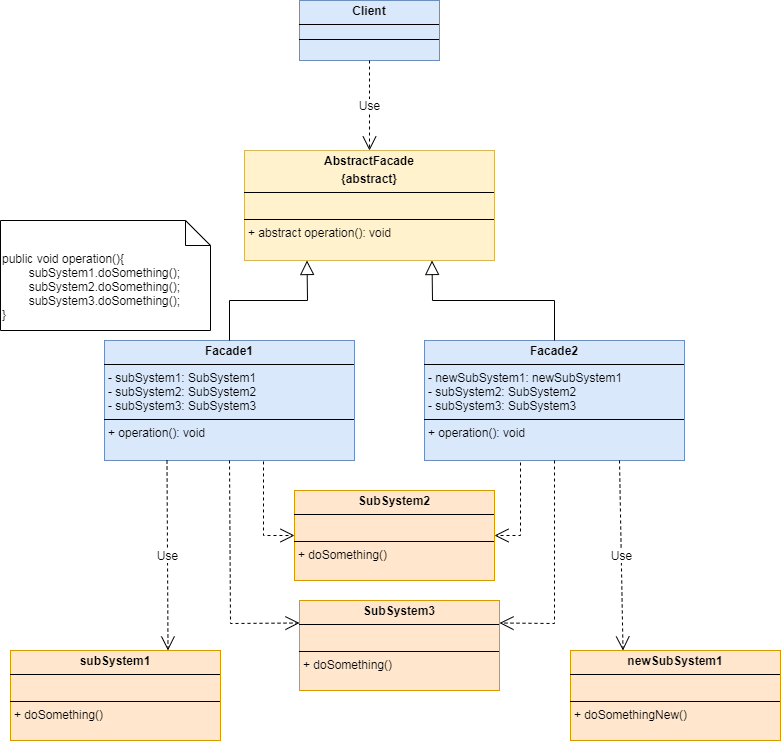
Before: assets/pictures/design-patterns/Pattern-Facade.drawio.png, a diagram exported from draw.io (sustamp/sustamp.github.io). Source tidied: cells renumbered, new cells last; positions are measured from the earlier drawing's top-left corner, leaving out a move shared by most shapes. Its diagram source:
```xml
<mxGraphModel background="#FFFFFF">
  <root>
    <mxCell id="0" />
    <mxCell id="1" parent="0" />
    <mxCell id="2" value="&lt;p style=&quot;margin:0px;margin-top:4px;text-align:center;&quot;&gt;&lt;b&gt;AbstractFacade&lt;/b&gt;&lt;/p&gt;&lt;p style=&quot;margin:0px;margin-top:4px;text-align:center;&quot;&gt;&lt;b&gt;{abstract}&lt;/b&gt;&lt;/p&gt;&lt;hr size=&quot;1&quot; style=&quot;border-style:solid;&quot;&gt;&lt;p style=&quot;margin:0px;margin-left:4px;&quot;&gt;&lt;br&gt;&lt;/p&gt;&lt;hr size=&quot;1&quot; style=&quot;border-style:solid;&quot;&gt;&lt;p style=&quot;margin:0px;margin-left:4px;&quot;&gt;+ abstract operation(): void&lt;br&gt;&lt;br&gt;&lt;/p&gt;" style="verticalAlign=top;align=left;overflow=fill;html=1;whiteSpace=wrap;fillColor=#fff2cc;strokeColor=#d6b656;" parent="1" vertex="1">
      <mxGeometry x="244" y="150" width="250" height="110" as="geometry" />
    </mxCell>
    <mxCell id="3" value="&lt;p style=&quot;margin:0px;margin-top:4px;text-align:center;&quot;&gt;&lt;b&gt;Client&lt;/b&gt;&lt;/p&gt;&lt;hr size=&quot;1&quot; style=&quot;border-style:solid;&quot;&gt;&lt;div style=&quot;height:2px;&quot;&gt;&lt;/div&gt;&lt;hr size=&quot;1&quot; style=&quot;border-style:solid;&quot;&gt;&lt;div style=&quot;height:2px;&quot;&gt;&lt;/div&gt;" style="verticalAlign=top;align=left;overflow=fill;html=1;whiteSpace=wrap;fillColor=#dae8fc;strokeColor=#6c8ebf;" parent="1" vertex="1">
      <mxGeometry x="299" width="140" height="60" as="geometry" />
    </mxCell>
    <mxCell id="4" value="Use" style="endArrow=open;endSize=12;dashed=1;html=1;rounded=0;exitX=0.5;exitY=1;exitDx=0;exitDy=0;entryX=0.5;entryY=0;entryDx=0;entryDy=0;" parent="1" edge="1" source="3" target="2">
      <mxGeometry relative="1" as="geometry" />
    </mxCell>
    <mxCell id="5" value="&lt;p style=&quot;margin:0px;margin-top:4px;text-align:center;&quot;&gt;&lt;b&gt;Facade1&lt;/b&gt;&lt;/p&gt;&lt;hr size=&quot;1&quot; style=&quot;border-style:solid;&quot;&gt;&lt;p style=&quot;margin:0px;margin-left:4px;&quot;&gt;- subSystem1: SubSystem1&lt;/p&gt;&lt;p style=&quot;margin:0px;margin-left:4px;&quot;&gt;- subSystem2: SubSystem2&lt;/p&gt;&lt;p style=&quot;margin:0px;margin-left:4px;&quot;&gt;- subSystem3: SubSystem3&lt;/p&gt;&lt;hr size=&quot;1&quot; style=&quot;border-style:solid;&quot;&gt;&lt;p style=&quot;margin:0px;margin-left:4px;&quot;&gt;+ operation(): void&lt;/p&gt;&lt;p style=&quot;margin:0px;margin-left:4px;&quot;&gt;&lt;br&gt;&lt;/p&gt;" style="verticalAlign=top;align=left;overflow=fill;html=1;whiteSpace=wrap;fillColor=#dae8fc;strokeColor=#6c8ebf;" parent="1" vertex="1">
      <mxGeometry x="104" y="340" width="250" height="120" as="geometry" />
    </mxCell>
    <mxCell id="6" value="&lt;p style=&quot;margin:0px;margin-top:4px;text-align:center;&quot;&gt;&lt;b&gt;Facade2&lt;/b&gt;&lt;/p&gt;&lt;hr size=&quot;1&quot; style=&quot;border-style:solid;&quot;&gt;&lt;p style=&quot;margin: 0px 0px 0px 4px;&quot;&gt;- newSubSystem1: newSubSystem1&lt;/p&gt;&lt;p style=&quot;margin: 0px 0px 0px 4px;&quot;&gt;- subSystem2: SubSystem2&lt;/p&gt;&lt;p style=&quot;margin: 0px 0px 0px 4px;&quot;&gt;- subSystem3: SubSystem3&lt;/p&gt;&lt;hr size=&quot;1&quot; style=&quot;border-style:solid;&quot;&gt;&lt;p style=&quot;margin:0px;margin-left:4px;&quot;&gt;+ operation(): void&lt;br&gt;&lt;/p&gt;&lt;p style=&quot;margin:0px;margin-left:4px;&quot;&gt;&lt;br&gt;&lt;/p&gt;&lt;p style=&quot;margin:0px;margin-left:4px;&quot;&gt;&lt;br&gt;&lt;/p&gt;" style="verticalAlign=top;align=left;overflow=fill;html=1;whiteSpace=wrap;fillColor=#dae8fc;strokeColor=#6c8ebf;" parent="1" vertex="1">
      <mxGeometry x="424" y="340" width="260" height="120" as="geometry" />
    </mxCell>
    <mxCell id="7" style="endArrow=block;endFill=0;endSize=12;html=1;rounded=0;entryX=0.25;entryY=1;entryDx=0;entryDy=0;exitX=0.5;exitY=0;exitDx=0;exitDy=0;" parent="1" edge="1" source="5" target="2">
      <mxGeometry relative="1" as="geometry">
        <Array as="points">
          <mxPoint x="229" y="300" />
          <mxPoint x="307" y="300" />
        </Array>
      </mxGeometry>
    </mxCell>
    <mxCell id="8" style="endArrow=block;endFill=0;endSize=12;html=1;rounded=0;entryX=0.75;entryY=1;entryDx=0;entryDy=0;exitX=0.5;exitY=0;exitDx=0;exitDy=0;" parent="1" edge="1" source="6" target="2">
      <mxGeometry relative="1" as="geometry">
        <Array as="points">
          <mxPoint x="554" y="300" />
          <mxPoint x="432" y="300" />
        </Array>
      </mxGeometry>
    </mxCell>
    <mxCell id="9" value="&lt;p style=&quot;margin:0px;margin-top:4px;text-align:center;&quot;&gt;&lt;b&gt;subSystem1&lt;/b&gt;&lt;/p&gt;&lt;hr size=&quot;1&quot; style=&quot;border-style:solid;&quot;&gt;&lt;p style=&quot;margin:0px;margin-left:4px;&quot;&gt;&lt;br&gt;&lt;/p&gt;&lt;hr size=&quot;1&quot; style=&quot;border-style:solid;&quot;&gt;&lt;p style=&quot;margin:0px;margin-left:4px;&quot;&gt;+ doSomething()&lt;/p&gt;&lt;p style=&quot;margin:0px;margin-left:4px;&quot;&gt;&lt;br&gt;&lt;/p&gt;&lt;p style=&quot;margin:0px;margin-left:4px;&quot;&gt;&lt;br&gt;&lt;/p&gt;" style="verticalAlign=top;align=left;overflow=fill;html=1;whiteSpace=wrap;fillColor=#ffe6cc;strokeColor=#d79b00;" parent="1" vertex="1">
      <mxGeometry x="10" y="650" width="210" height="90" as="geometry" />
    </mxCell>
    <mxCell id="10" value="&lt;p style=&quot;margin:0px;margin-top:4px;text-align:center;&quot;&gt;&lt;b&gt;SubSystem2&lt;/b&gt;&lt;/p&gt;&lt;hr size=&quot;1&quot; style=&quot;border-style:solid;&quot;&gt;&lt;p style=&quot;margin:0px;margin-left:4px;&quot;&gt;&lt;br&gt;&lt;/p&gt;&lt;hr size=&quot;1&quot; style=&quot;border-style:solid;&quot;&gt;&lt;p style=&quot;margin:0px;margin-left:4px;&quot;&gt;+ doSomething()&lt;/p&gt;&lt;p style=&quot;margin:0px;margin-left:4px;&quot;&gt;&lt;br&gt;&lt;/p&gt;&lt;p style=&quot;margin:0px;margin-left:4px;&quot;&gt;&lt;br&gt;&lt;/p&gt;" style="verticalAlign=top;align=left;overflow=fill;html=1;whiteSpace=wrap;fillColor=#ffe6cc;strokeColor=#d79b00;" parent="1" vertex="1">
      <mxGeometry x="294" y="490" width="200" height="90" as="geometry" />
    </mxCell>
    <mxCell id="11" value="&lt;p style=&quot;margin:0px;margin-top:4px;text-align:center;&quot;&gt;&lt;b&gt;newSubSystem1&lt;/b&gt;&lt;/p&gt;&lt;hr size=&quot;1&quot; style=&quot;border-style:solid;&quot;&gt;&lt;p style=&quot;margin:0px;margin-left:4px;&quot;&gt;&lt;br&gt;&lt;/p&gt;&lt;hr size=&quot;1&quot; style=&quot;border-style:solid;&quot;&gt;&lt;p style=&quot;margin:0px;margin-left:4px;&quot;&gt;+ doSomethingNew()&lt;/p&gt;&lt;p style=&quot;margin:0px;margin-left:4px;&quot;&gt;&lt;br&gt;&lt;/p&gt;&lt;p style=&quot;margin:0px;margin-left:4px;&quot;&gt;&lt;br&gt;&lt;/p&gt;" style="verticalAlign=top;align=left;overflow=fill;html=1;whiteSpace=wrap;fillColor=#ffe6cc;strokeColor=#d79b00;" parent="1" vertex="1">
      <mxGeometry x="570" y="650" width="210" height="90" as="geometry" />
    </mxCell>
    <mxCell id="12" value="&lt;p style=&quot;margin:0px;margin-top:4px;text-align:center;&quot;&gt;&lt;b&gt;SubSystem3&lt;/b&gt;&lt;/p&gt;&lt;hr size=&quot;1&quot; style=&quot;border-style:solid;&quot;&gt;&lt;p style=&quot;margin:0px;margin-left:4px;&quot;&gt;&lt;br&gt;&lt;/p&gt;&lt;hr size=&quot;1&quot; style=&quot;border-style:solid;&quot;&gt;&lt;p style=&quot;margin:0px;margin-left:4px;&quot;&gt;+ doSomething()&lt;br&gt;&lt;/p&gt;&lt;p style=&quot;margin:0px;margin-left:4px;&quot;&gt;&lt;br&gt;&lt;/p&gt;&lt;p style=&quot;margin:0px;margin-left:4px;&quot;&gt;&lt;br&gt;&lt;/p&gt;" style="verticalAlign=top;align=left;overflow=fill;html=1;whiteSpace=wrap;fillColor=#ffe6cc;strokeColor=#d79b00;" parent="1" vertex="1">
      <mxGeometry x="299" y="600" width="200" height="90" as="geometry" />
    </mxCell>
    <mxCell id="13" value="Use" style="endArrow=open;endSize=12;dashed=1;html=1;rounded=0;exitX=0.25;exitY=1;exitDx=0;exitDy=0;entryX=0.75;entryY=0;entryDx=0;entryDy=0;" parent="1" edge="1" source="5" target="9">
      <mxGeometry relative="1" as="geometry" />
    </mxCell>
    <mxCell id="14" value="Use" style="endArrow=open;endSize=12;dashed=1;html=1;rounded=0;exitX=0.75;exitY=1;exitDx=0;exitDy=0;entryX=0.25;entryY=0;entryDx=0;entryDy=0;" parent="1" edge="1" source="6" target="11">
      <mxGeometry relative="1" as="geometry" />
    </mxCell>
    <mxCell id="15" style="endArrow=open;endSize=12;dashed=1;html=1;rounded=0;exitX=0.636;exitY=1.008;exitDx=0;exitDy=0;entryX=0;entryY=0.5;entryDx=0;entryDy=0;exitPerimeter=0;" parent="1" edge="1" source="5" target="10">
      <mxGeometry relative="1" as="geometry">
        <Array as="points">
          <mxPoint x="263" y="535" />
        </Array>
      </mxGeometry>
    </mxCell>
    <mxCell id="16" style="endArrow=open;endSize=12;dashed=1;html=1;rounded=0;entryX=0;entryY=0.25;entryDx=0;entryDy=0;exitX=0.5;exitY=1;exitDx=0;exitDy=0;" parent="1" edge="1" source="5" target="12">
      <mxGeometry relative="1" as="geometry">
        <Array as="points">
          <mxPoint x="230" y="623" />
        </Array>
      </mxGeometry>
    </mxCell>
    <mxCell id="17" style="endArrow=open;endSize=12;dashed=1;html=1;rounded=0;entryX=1;entryY=0.25;entryDx=0;entryDy=0;exitX=0.5;exitY=1;exitDx=0;exitDy=0;" parent="1" edge="1" source="6" target="12">
      <mxGeometry relative="1" as="geometry">
        <Array as="points">
          <mxPoint x="554" y="623" />
        </Array>
      </mxGeometry>
    </mxCell>
    <mxCell id="18" style="endArrow=open;endSize=12;dashed=1;html=1;rounded=0;entryX=1;entryY=0.5;entryDx=0;entryDy=0;" parent="1" edge="1" target="10">
      <mxGeometry relative="1" as="geometry">
        <mxPoint x="520" y="462" as="sourcePoint" />
        <Array as="points">
          <mxPoint x="520" y="535" />
        </Array>
      </mxGeometry>
    </mxCell>
    <mxCell id="19" value="public void operation(){&lt;div&gt;&lt;span style=&quot;white-space: pre;&quot;&gt;&#9;&lt;/span&gt;subSystem1.doSomething();&lt;br&gt;&lt;/div&gt;&lt;div&gt;&lt;span style=&quot;white-space: pre;&quot;&gt;&#9;&lt;/span&gt;subSystem2.doSomething();&lt;br&gt;&lt;/div&gt;&lt;div&gt;&lt;span style=&quot;white-space: pre;&quot;&gt;&#9;&lt;/span&gt;subSystem3.doSomething();&lt;br&gt;&lt;/div&gt;&lt;div&gt;}&lt;/div&gt;" style="shape=note2;boundedLbl=1;whiteSpace=wrap;html=1;size=25;verticalAlign=top;align=left;" parent="1" vertex="1">
      <mxGeometry y="220" width="210" height="110" as="geometry" />
    </mxCell>
  </root>
</mxGraphModel>
```
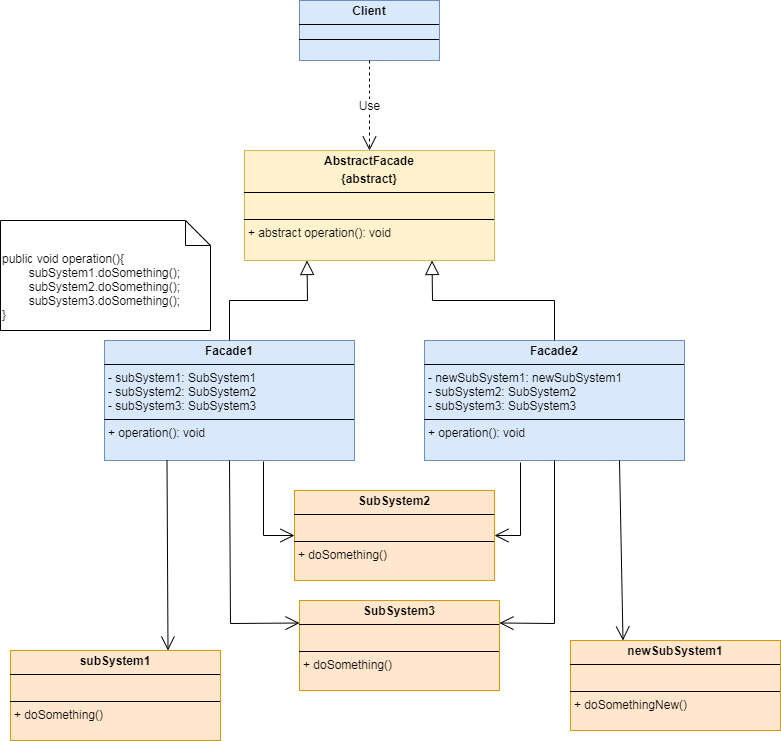
The same diagram one commit later.

Commit message:
设计模式-重新调整部分UML类图

Diff of the diagram source:
```diff
@@ -40,39 +40,39 @@
       <mxGeometry x="294" y="490" width="200" height="90" as="geometry" />
     </mxCell>
     <mxCell id="11" value="&lt;p style=&quot;margin:0px;margin-top:4px;text-align:center;&quot;&gt;&lt;b&gt;newSubSystem1&lt;/b&gt;&lt;/p&gt;&lt;hr size=&quot;1&quot; style=&quot;border-style:solid;&quot;&gt;&lt;p style=&quot;margin:0px;margin-left:4px;&quot;&gt;&lt;br&gt;&lt;/p&gt;&lt;hr size=&quot;1&quot; style=&quot;border-style:solid;&quot;&gt;&lt;p style=&quot;margin:0px;margin-left:4px;&quot;&gt;+ doSomethingNew()&lt;/p&gt;&lt;p style=&quot;margin:0px;margin-left:4px;&quot;&gt;&lt;br&gt;&lt;/p&gt;&lt;p style=&quot;margin:0px;margin-left:4px;&quot;&gt;&lt;br&gt;&lt;/p&gt;" style="verticalAlign=top;align=left;overflow=fill;html=1;whiteSpace=wrap;fillColor=#ffe6cc;strokeColor=#d79b00;" parent="1" vertex="1">
-      <mxGeometry x="570" y="650" width="210" height="90" as="geometry" />
+      <mxGeometry x="570" y="640" width="210" height="90" as="geometry" />
     </mxCell>
     <mxCell id="12" value="&lt;p style=&quot;margin:0px;margin-top:4px;text-align:center;&quot;&gt;&lt;b&gt;SubSystem3&lt;/b&gt;&lt;/p&gt;&lt;hr size=&quot;1&quot; style=&quot;border-style:solid;&quot;&gt;&lt;p style=&quot;margin:0px;margin-left:4px;&quot;&gt;&lt;br&gt;&lt;/p&gt;&lt;hr size=&quot;1&quot; style=&quot;border-style:solid;&quot;&gt;&lt;p style=&quot;margin:0px;margin-left:4px;&quot;&gt;+ doSomething()&lt;br&gt;&lt;/p&gt;&lt;p style=&quot;margin:0px;margin-left:4px;&quot;&gt;&lt;br&gt;&lt;/p&gt;&lt;p style=&quot;margin:0px;margin-left:4px;&quot;&gt;&lt;br&gt;&lt;/p&gt;" style="verticalAlign=top;align=left;overflow=fill;html=1;whiteSpace=wrap;fillColor=#ffe6cc;strokeColor=#d79b00;" parent="1" vertex="1">
       <mxGeometry x="299" y="600" width="200" height="90" as="geometry" />
     </mxCell>
-    <mxCell id="13" value="Use" style="endArrow=open;endSize=12;dashed=1;html=1;rounded=0;exitX=0.25;exitY=1;exitDx=0;exitDy=0;entryX=0.75;entryY=0;entryDx=0;entryDy=0;" parent="1" edge="1" source="5" target="9">
+    <mxCell id="13" style="endArrow=open;endSize=12;html=1;rounded=0;exitX=0.25;exitY=1;exitDx=0;exitDy=0;entryX=0.75;entryY=0;entryDx=0;entryDy=0;" parent="1" edge="1" source="5" target="9">
       <mxGeometry relative="1" as="geometry" />
     </mxCell>
-    <mxCell id="14" value="Use" style="endArrow=open;endSize=12;dashed=1;html=1;rounded=0;exitX=0.75;exitY=1;exitDx=0;exitDy=0;entryX=0.25;entryY=0;entryDx=0;entryDy=0;" parent="1" edge="1" source="6" target="11">
+    <mxCell id="14" style="endArrow=open;endSize=12;html=1;rounded=0;exitX=0.75;exitY=1;exitDx=0;exitDy=0;entryX=0.25;entryY=0;entryDx=0;entryDy=0;" parent="1" edge="1" source="6" target="11">
       <mxGeometry relative="1" as="geometry" />
     </mxCell>
-    <mxCell id="15" style="endArrow=open;endSize=12;dashed=1;html=1;rounded=0;exitX=0.636;exitY=1.008;exitDx=0;exitDy=0;entryX=0;entryY=0.5;entryDx=0;entryDy=0;exitPerimeter=0;" parent="1" edge="1" source="5" target="10">
+    <mxCell id="15" style="endArrow=open;endSize=12;html=1;rounded=0;exitX=0.636;exitY=1.008;exitDx=0;exitDy=0;entryX=0;entryY=0.5;entryDx=0;entryDy=0;exitPerimeter=0;" parent="1" edge="1" source="5" target="10">
       <mxGeometry relative="1" as="geometry">
         <Array as="points">
           <mxPoint x="263" y="535" />
         </Array>
       </mxGeometry>
     </mxCell>
-    <mxCell id="16" style="endArrow=open;endSize=12;dashed=1;html=1;rounded=0;entryX=0;entryY=0.25;entryDx=0;entryDy=0;exitX=0.5;exitY=1;exitDx=0;exitDy=0;" parent="1" edge="1" source="5" target="12">
+    <mxCell id="16" style="endArrow=open;endSize=12;html=1;rounded=0;entryX=0;entryY=0.25;entryDx=0;entryDy=0;exitX=0.5;exitY=1;exitDx=0;exitDy=0;" parent="1" edge="1" source="5" target="12">
       <mxGeometry relative="1" as="geometry">
         <Array as="points">
           <mxPoint x="230" y="623" />
         </Array>
       </mxGeometry>
     </mxCell>
-    <mxCell id="17" style="endArrow=open;endSize=12;dashed=1;html=1;rounded=0;entryX=1;entryY=0.25;entryDx=0;entryDy=0;exitX=0.5;exitY=1;exitDx=0;exitDy=0;" parent="1" edge="1" source="6" target="12">
+    <mxCell id="17" style="endArrow=open;endSize=12;html=1;rounded=0;entryX=1;entryY=0.25;entryDx=0;entryDy=0;exitX=0.5;exitY=1;exitDx=0;exitDy=0;" parent="1" edge="1" source="6" target="12">
       <mxGeometry relative="1" as="geometry">
         <Array as="points">
           <mxPoint x="554" y="623" />
         </Array>
       </mxGeometry>
     </mxCell>
-    <mxCell id="18" style="endArrow=open;endSize=12;dashed=1;html=1;rounded=0;entryX=1;entryY=0.5;entryDx=0;entryDy=0;" parent="1" edge="1" target="10">
+    <mxCell id="18" style="endArrow=open;endSize=12;html=1;rounded=0;entryX=1;entryY=0.5;entryDx=0;entryDy=0;" parent="1" edge="1" target="10">
       <mxGeometry relative="1" as="geometry">
         <mxPoint x="520" y="462" as="sourcePoint" />
         <Array as="points">
```
